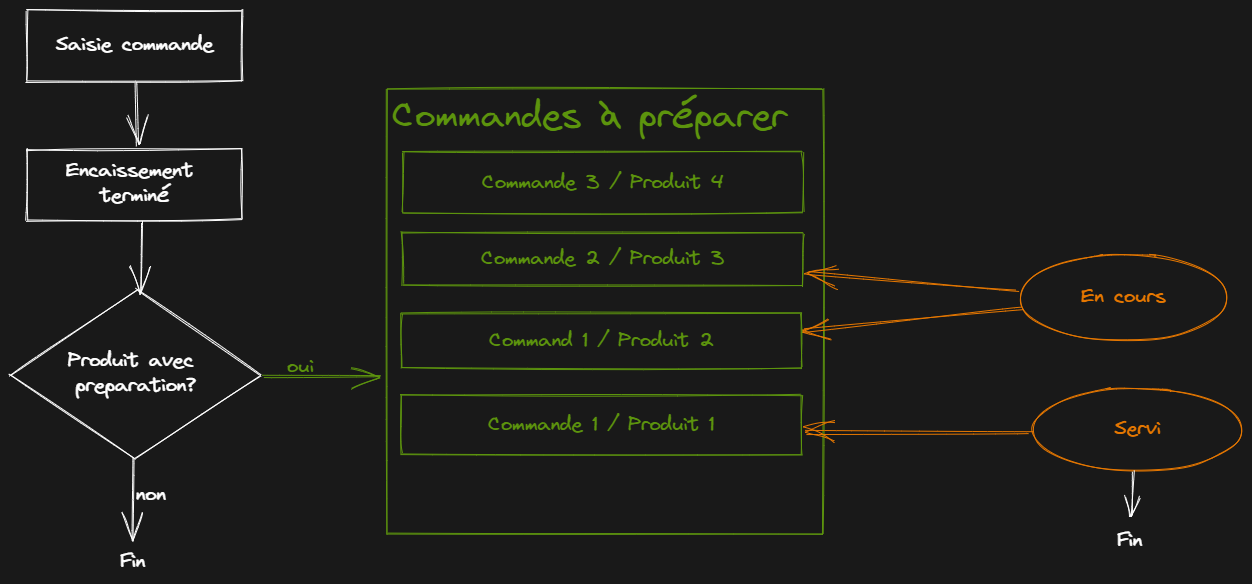
Before: preparation-commande.excalidraw.png, a diagram exported from Excalidraw (philippetony/how-can-seniority-help-in-writing-a-cash-register-software). Source tidied: one line per element, renumbered; positions are measured from the earlier drawing's top-left corner, leaving out a move shared by most shapes. Its diagram source:
```json
{"id": 0, "type": "rectangle", "strokeColor": "#fff", "strokeWidth": 1, "roughness": 1, "x": 17, "y": 139, "width": 215, "height": 71}
{"id": 1, "type": "rectangle", "strokeColor": "#fff", "strokeWidth": 1, "roughness": 1, "x": 17, "y": 0, "width": 215, "height": 71}
{"id": 2, "type": "text", "text": "Encaissement \nterminé", "strokeColor": "#fff", "strokeWidth": 1, "roughness": 1, "fontSize": 20, "fontFamily": 1, "textAlign": "center", "verticalAlign": "middle", "inside": 0, "x": 56, "y": 148, "width": 138, "height": 50}
{"id": 3, "type": "text", "text": "Saisie commande", "strokeColor": "#fff", "strokeWidth": 1, "roughness": 1, "fontSize": 20, "fontFamily": 1, "textAlign": "center", "verticalAlign": "middle", "inside": 1, "x": 44, "y": 22, "width": 160, "height": 25}
{"id": 4, "type": "rectangle", "strokeColor": "#5c940d", "strokeWidth": 1, "roughness": 1, "x": 377, "y": 79, "width": 436, "height": 445}
{"id": 5, "type": "diamond", "strokeColor": "#fff", "strokeWidth": 1, "roughness": 1, "x": 0, "y": 280, "width": 251, "height": 169}
{"id": 6, "type": "text", "text": "Produit avec \npreparation?", "strokeColor": "#fff", "strokeWidth": 1, "roughness": 1, "fontSize": 20, "fontFamily": 1, "textAlign": "center", "verticalAlign": "middle", "inside": 5, "x": 57, "y": 338, "width": 137, "height": 50}
{"id": 7, "type": "arrow", "strokeColor": "#fff", "strokeWidth": 1, "roughness": 1, "endArrowhead": "arrow", "from": 0, "to": 5, "x": 132, "y": 212, "width": 2, "height": 70, "points": [[0, 0], [-2, 70]]}
{"id": 8, "type": "arrow", "strokeColor": "#5c940d", "strokeWidth": 1, "roughness": 1, "endArrowhead": "arrow", "from": 5, "to": 4, "x": 253, "y": 366, "width": 117, "height": 1, "points": [[0, 0], [117, 1]]}
{"id": 9, "type": "arrow", "strokeColor": "#fff", "strokeWidth": 1, "roughness": 1, "endArrowhead": "arrow", "from": 5, "to": 10, "x": 123, "y": 449, "width": 1, "height": 82, "points": [[0, 0], [-1, 82]]}
{"id": 10, "type": "text", "text": "Fin", "strokeColor": "#fff", "strokeWidth": 1, "roughness": 1, "fontSize": 20, "fontFamily": 1, "x": 110, "y": 539, "width": 27, "height": 25}
{"id": 11, "type": "text", "text": "Fin", "strokeColor": "#fff", "strokeWidth": 1, "roughness": 1, "fontSize": 20, "fontFamily": 1, "x": 1107, "y": 518, "width": 27, "height": 25}
{"id": 12, "type": "text", "text": "non", "strokeColor": "#fff", "strokeWidth": 1, "roughness": 1, "fontSize": 20, "fontFamily": 1, "x": 126, "y": 472, "width": 32, "height": 25}
{"id": 13, "type": "text", "text": "oui", "strokeColor": "#5c940d", "strokeWidth": 1, "roughness": 1, "fontSize": 20, "fontFamily": 1, "x": 277, "y": 344, "width": 29, "height": 25}
{"id": 14, "type": "arrow", "strokeColor": "#fff", "strokeWidth": 1, "roughness": 1, "endArrowhead": "arrow", "from": 1, "to": 0, "x": 126, "y": 73, "width": 1, "height": 63, "points": [[0, 0], [1, 63]]}
{"id": 15, "type": "ellipse", "strokeColor": "#e67700", "strokeWidth": 1, "roughness": 1, "x": 1010, "y": 244, "width": 207, "height": 87}
{"id": 16, "type": "text", "text": "En cours", "strokeColor": "#e67700", "strokeWidth": 1, "roughness": 1, "fontSize": 20, "fontFamily": 1, "textAlign": "center", "verticalAlign": "middle", "inside": 15, "x": 1070, "y": 274, "width": 87, "height": 25}
{"id": 17, "type": "ellipse", "strokeColor": "#e67700", "strokeWidth": 1, "roughness": 1, "x": 1023, "y": 378, "width": 209, "height": 83}
{"id": 18, "type": "text", "text": "Servi", "strokeColor": "#e67700", "strokeWidth": 1, "roughness": 1, "fontSize": 20, "fontFamily": 1, "textAlign": "center", "verticalAlign": "middle", "inside": 17, "x": 1103, "y": 406, "width": 49, "height": 25}
{"id": 19, "type": "arrow", "strokeColor": "#e67700", "strokeWidth": 1, "roughness": 2, "endArrowhead": "arrow", "from": 15, "to": 24, "x": 1012, "y": 300, "width": 218, "height": 19, "points": [[0, 0], [-218, 19]]}
{"id": 20, "type": "arrow", "strokeColor": "#e67700", "strokeWidth": 1, "roughness": 2, "endArrowhead": "arrow", "from": 15, "to": 23, "x": 1009, "y": 280, "width": 212, "height": 17, "points": [[0, 0], [-212, -17]]}
{"id": 21, "type": "arrow", "strokeColor": "#e67700", "strokeWidth": 1, "roughness": 2, "endArrowhead": "arrow", "from": 17, "to": 25, "x": 1019, "y": 423, "width": 225, "height": 0, "points": [[0, 0], [-225, 0]]}
{"id": 22, "type": "rectangle", "strokeColor": "#5c940d", "strokeWidth": 1, "roughness": 1, "x": 393, "y": 142, "width": 400, "height": 60}
{"id": 23, "type": "rectangle", "strokeColor": "#5c940d", "strokeWidth": 1, "roughness": 1, "x": 393, "y": 222, "width": 400, "height": 53}
{"id": 24, "type": "rectangle", "strokeColor": "#5c940d", "strokeWidth": 1, "roughness": 1, "x": 391, "y": 304, "width": 400, "height": 54}
{"id": 25, "type": "rectangle", "strokeColor": "#5c940d", "strokeWidth": 1, "roughness": 1, "x": 391, "y": 385, "width": 400, "height": 59}
{"id": 26, "type": "arrow", "strokeColor": "#fff", "strokeWidth": 1, "roughness": 1, "endArrowhead": "arrow", "from": 17, "to": 11, "x": 1123, "y": 462, "width": 0, "height": 44, "points": [[0, 0], [0, 44]]}
{"id": 27, "type": "text", "text": "Commande 3 / Produit 4", "strokeColor": "#5c940d", "strokeWidth": 1, "roughness": 1, "fontSize": 20, "fontFamily": 1, "textAlign": "center", "verticalAlign": "middle", "inside": 22, "x": 471, "y": 160, "width": 244, "height": 25}
{"id": 28, "type": "text", "text": "Commande 1 / Produit 1", "strokeColor": "#5c940d", "strokeWidth": 1, "roughness": 1, "fontSize": 20, "fontFamily": 1, "textAlign": "center", "verticalAlign": "middle", "inside": 25, "x": 477, "y": 402, "width": 228, "height": 25}
{"id": 29, "type": "text", "text": "Command 1 / Produit 2", "strokeColor": "#5c940d", "strokeWidth": 1, "roughness": 1, "fontSize": 20, "fontFamily": 1, "textAlign": "center", "verticalAlign": "middle", "inside": 24, "x": 478, "y": 318, "width": 226, "height": 25}
{"id": 30, "type": "text", "text": "Commande 2 / Produit 3", "strokeColor": "#5c940d", "strokeWidth": 1, "roughness": 1, "fontSize": 20, "fontFamily": 1, "textAlign": "center", "verticalAlign": "middle", "inside": 23, "x": 470, "y": 236, "width": 245, "height": 25}
{"id": 31, "type": "text", "text": "Commandes à préparer", "strokeColor": "#5c940d", "strokeWidth": 1, "roughness": 1, "fontSize": 36, "fontFamily": 1, "inside": 4, "x": 382, "y": 84, "width": 397, "height": 45}
```
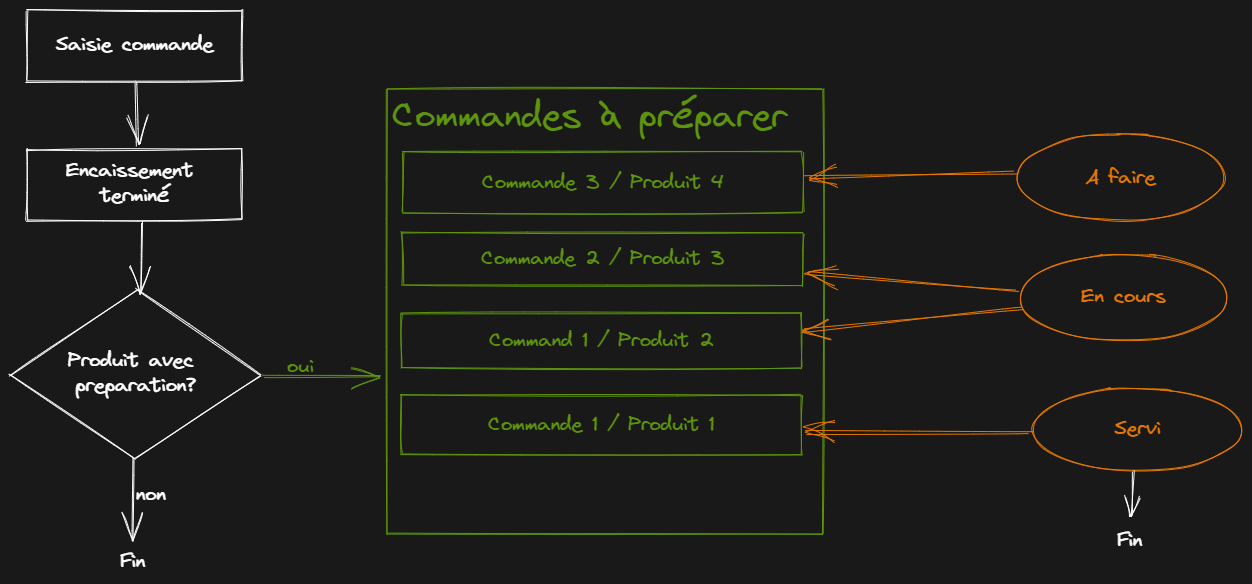
After the commit.

The edit, as a diff of the source:
```diff
@@ -14,12 +14,15 @@
 {"id": 13, "type": "text", "text": "oui", "strokeColor": "#5c940d", "strokeWidth": 1, "roughness": 1, "fontSize": 20, "fontFamily": 1, "x": 277, "y": 344, "width": 29, "height": 25}
 {"id": 14, "type": "arrow", "strokeColor": "#fff", "strokeWidth": 1, "roughness": 1, "endArrowhead": "arrow", "from": 1, "to": 0, "x": 126, "y": 73, "width": 1, "height": 63, "points": [[0, 0], [1, 63]]}
 {"id": 15, "type": "ellipse", "strokeColor": "#e67700", "strokeWidth": 1, "roughness": 1, "x": 1010, "y": 244, "width": 207, "height": 87}
+{"id": 32, "type": "ellipse", "strokeColor": "#e67700", "strokeWidth": 1, "roughness": 1, "x": 1007, "y": 124, "width": 207, "height": 87}
 {"id": 16, "type": "text", "text": "En cours", "strokeColor": "#e67700", "strokeWidth": 1, "roughness": 1, "fontSize": 20, "fontFamily": 1, "textAlign": "center", "verticalAlign": "middle", "inside": 15, "x": 1070, "y": 274, "width": 87, "height": 25}
+{"id": 33, "type": "text", "text": "A faire", "strokeColor": "#e67700", "strokeWidth": 1, "roughness": 1, "fontSize": 20, "fontFamily": 1, "textAlign": "center", "verticalAlign": "middle", "inside": 32, "x": 1074, "y": 155, "width": 72, "height": 25}
 {"id": 17, "type": "ellipse", "strokeColor": "#e67700", "strokeWidth": 1, "roughness": 1, "x": 1023, "y": 378, "width": 209, "height": 83}
 {"id": 18, "type": "text", "text": "Servi", "strokeColor": "#e67700", "strokeWidth": 1, "roughness": 1, "fontSize": 20, "fontFamily": 1, "textAlign": "center", "verticalAlign": "middle", "inside": 17, "x": 1103, "y": 406, "width": 49, "height": 25}
 {"id": 19, "type": "arrow", "strokeColor": "#e67700", "strokeWidth": 1, "roughness": 2, "endArrowhead": "arrow", "from": 15, "to": 24, "x": 1012, "y": 300, "width": 218, "height": 19, "points": [[0, 0], [-218, 19]]}
 {"id": 20, "type": "arrow", "strokeColor": "#e67700", "strokeWidth": 1, "roughness": 2, "endArrowhead": "arrow", "from": 15, "to": 23, "x": 1009, "y": 280, "width": 212, "height": 17, "points": [[0, 0], [-212, -17]]}
 {"id": 21, "type": "arrow", "strokeColor": "#e67700", "strokeWidth": 1, "roughness": 2, "endArrowhead": "arrow", "from": 17, "to": 25, "x": 1019, "y": 423, "width": 225, "height": 0, "points": [[0, 0], [-225, 0]]}
+{"id": 34, "type": "arrow", "strokeColor": "#e67700", "strokeWidth": 1, "roughness": 2, "endArrowhead": "arrow", "to": 22, "x": 1007, "y": 165, "width": 211, "height": 2, "points": [[0, 0], [-211, 2]]}
 {"id": 22, "type": "rectangle", "strokeColor": "#5c940d", "strokeWidth": 1, "roughness": 1, "x": 393, "y": 142, "width": 400, "height": 60}
 {"id": 23, "type": "rectangle", "strokeColor": "#5c940d", "strokeWidth": 1, "roughness": 1, "x": 393, "y": 222, "width": 400, "height": 53}
 {"id": 24, "type": "rectangle", "strokeColor": "#5c940d", "strokeWidth": 1, "roughness": 1, "x": 391, "y": 304, "width": 400, "height": 54}
```
